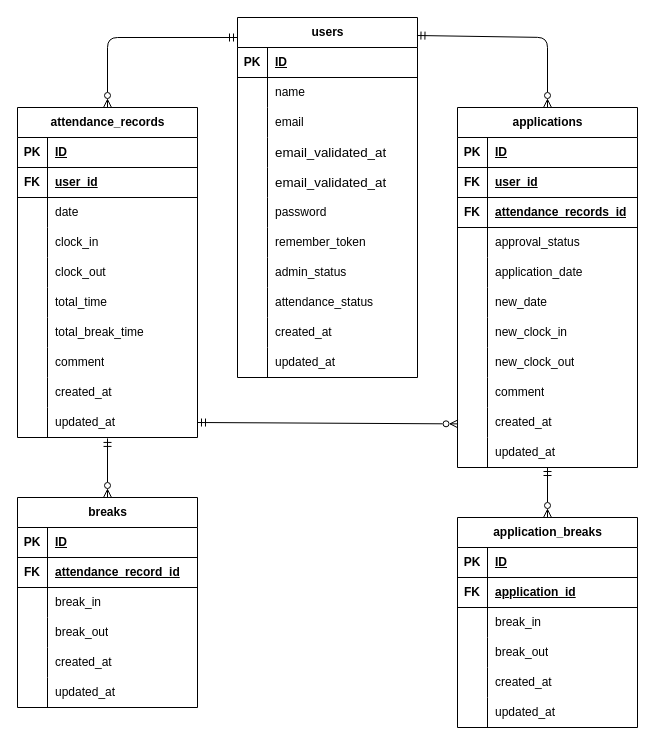
Earlier version of the draw.io diagram worklog.drawio (bunta27/WorkLog). Source tidied: cells renumbered, new cells numbered last; positions are measured from the earlier drawing's top-left corner, leaving out a move shared by most shapes. Both pictures are drawn from the tidied source at 100%, with x=0, y=0 at pixel (17, 17).
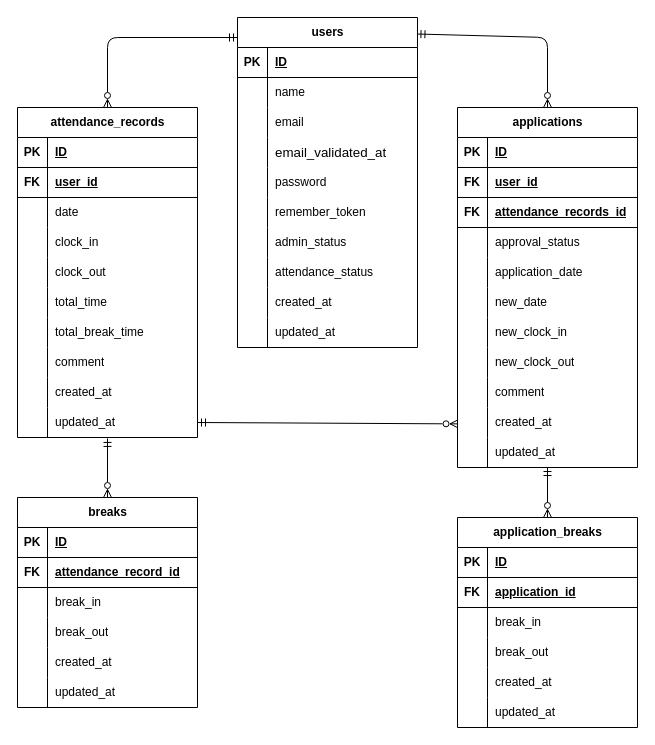
The same diagram, later.

Change to the diagram source:
```diff
@@
     <mxCell id="2" value="users" style="shape=table;startSize=30;childLayout=tableLayout;rowLines=0;fontStyle=1;align=center;html=1;" parent="1" vertex="1">
-      <mxGeometry x="220" width="180" height="360" as="geometry" />
+      <mxGeometry x="220" width="180" height="330" as="geometry" />
     </mxCell>
@@
-    <mxCell id="15" style="shape=tableRow;horizontal=0;startSize=0;swimlaneHead=0;swimlaneBody=0;fillColor=none;top=0;left=0;right=0;bottom=0;" parent="2" vertex="1">
-      <mxGeometry y="150" width="180" height="30" as="geometry" />
-    </mxCell>
-    <mxCell id="16" style="shape=partialRectangle;fillColor=none;top=0;left=0;bottom=0;right=0;overflow=hidden;whiteSpace=wrap;html=1;" parent="15" vertex="1">
-      <mxGeometry width="30" height="30" as="geometry" />
-    </mxCell>
-    <mxCell id="17" value="&lt;span style=&quot;color: rgb(0, 0, 0); font-size: 10pt; font-family: Arial;&quot;&gt;email_validated_at&lt;/span&gt;" style="shape=partialRectangle;fillColor=none;top=0;left=0;bottom=0;right=0;align=left;spacingLeft=6;overflow=hidden;whiteSpace=wrap;html=1;" parent="15" vertex="1">
-      <mxGeometry x="30" width="150" height="30" as="geometry" />
-    </mxCell>
     <mxCell id="18" style="shape=tableRow;horizontal=0;startSize=0;swimlaneHead=0;swimlaneBody=0;fillColor=none;top=0;left=0;right=0;bottom=0;" parent="2" vertex="1">
-      <mxGeometry y="180" width="180" height="30" as="geometry" />
+      <mxGeometry y="150" width="180" height="30" as="geometry" />
     </mxCell>
@@
     <mxCell id="21" style="shape=tableRow;horizontal=0;startSize=0;swimlaneHead=0;swimlaneBody=0;fillColor=none;top=0;left=0;right=0;bottom=0;" parent="2" vertex="1">
-      <mxGeometry y="210" width="180" height="30" as="geometry" />
+      <mxGeometry y="180" width="180" height="30" as="geometry" />
     </mxCell>
@@
     <mxCell id="24" style="shape=tableRow;horizontal=0;startSize=0;swimlaneHead=0;swimlaneBody=0;fillColor=none;top=0;left=0;right=0;bottom=0;" parent="2" vertex="1">
-      <mxGeometry y="240" width="180" height="30" as="geometry" />
+      <mxGeometry y="210" width="180" height="30" as="geometry" />
     </mxCell>
@@
     <mxCell id="27" style="shape=tableRow;horizontal=0;startSize=0;swimlaneHead=0;swimlaneBody=0;fillColor=none;top=0;left=0;right=0;bottom=0;" parent="2" vertex="1">
-      <mxGeometry y="270" width="180" height="30" as="geometry" />
+      <mxGeometry y="240" width="180" height="30" as="geometry" />
     </mxCell>
@@
     <mxCell id="30" style="shape=tableRow;horizontal=0;startSize=0;swimlaneHead=0;swimlaneBody=0;fillColor=none;top=0;left=0;right=0;bottom=0;" parent="2" vertex="1">
-      <mxGeometry y="300" width="180" height="30" as="geometry" />
+      <mxGeometry y="270" width="180" height="30" as="geometry" />
     </mxCell>
@@
     <mxCell id="33" style="shape=tableRow;horizontal=0;startSize=0;swimlaneHead=0;swimlaneBody=0;fillColor=none;top=0;left=0;right=0;bottom=0;" parent="2" vertex="1">
-      <mxGeometry y="330" width="180" height="30" as="geometry" />
+      <mxGeometry y="300" width="180" height="30" as="geometry" />
     </mxCell>
```
